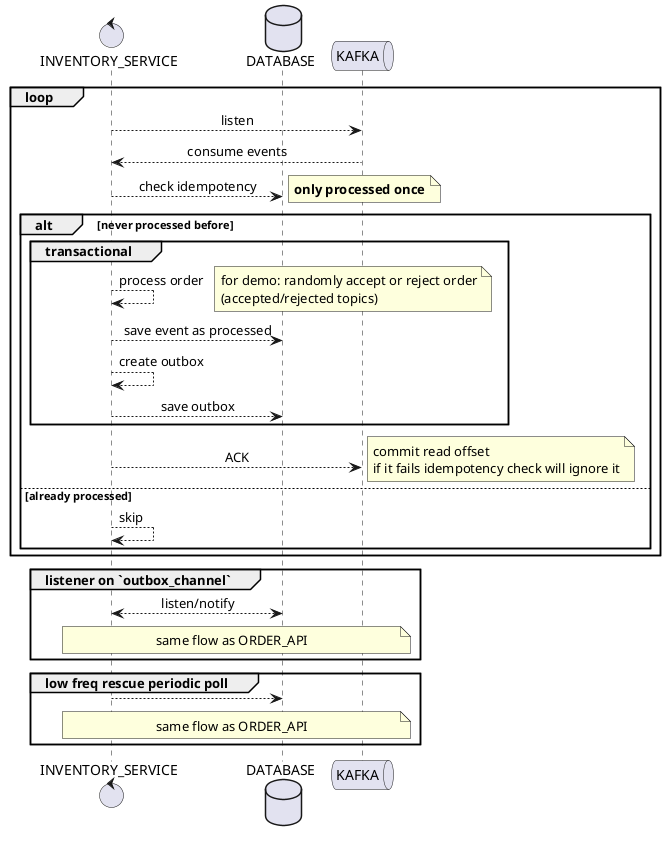
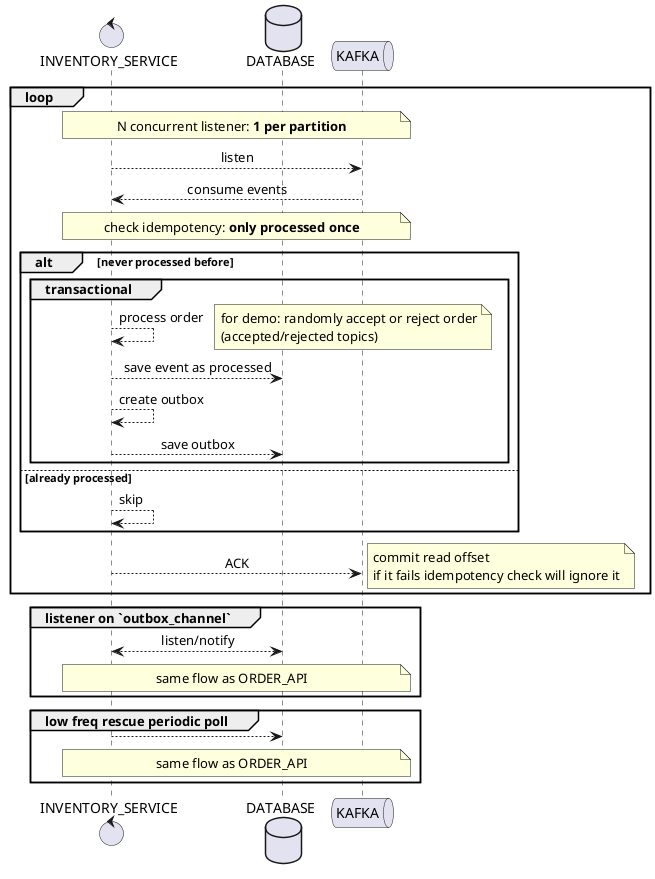
@startuml
skinparam sequenceMessageAlign center

control INVENTORY_SERVICE as SERVICE
database DATABASE as DB
queue KAFKA as K

loop
+     note across: N concurrent listener: **1 per partition**
    SERVICE --> K: listen
    K --> SERVICE: consume events
-     SERVICE --> DB: check idempotency
-     note right: **only processed once**
+     note across: check idempotency: **only processed once**
    alt never processed before
        group transactional
            SERVICE --> SERVICE: process order
            note right: for demo: randomly accept or reject order\n(accepted/rejected topics)
            SERVICE --> DB: save event as processed
            SERVICE --> SERVICE: create outbox
            SERVICE --> DB: save outbox
        end
-         SERVICE --> K: ACK
-         note right: commit read offset\nif it fails idempotency check will ignore it
    else already processed
        SERVICE --> SERVICE: skip
    end
+     SERVICE --> K: ACK
+     note right: commit read offset\nif it fails idempotency check will ignore it
end

group listener on `outbox_channel`
    SERVICE <--> DB: listen/notify
    note across: same flow as ORDER_API
end

group low freq rescue periodic poll
      SERVICE --> DB
      note across: same flow as ORDER_API
end
@enduml
